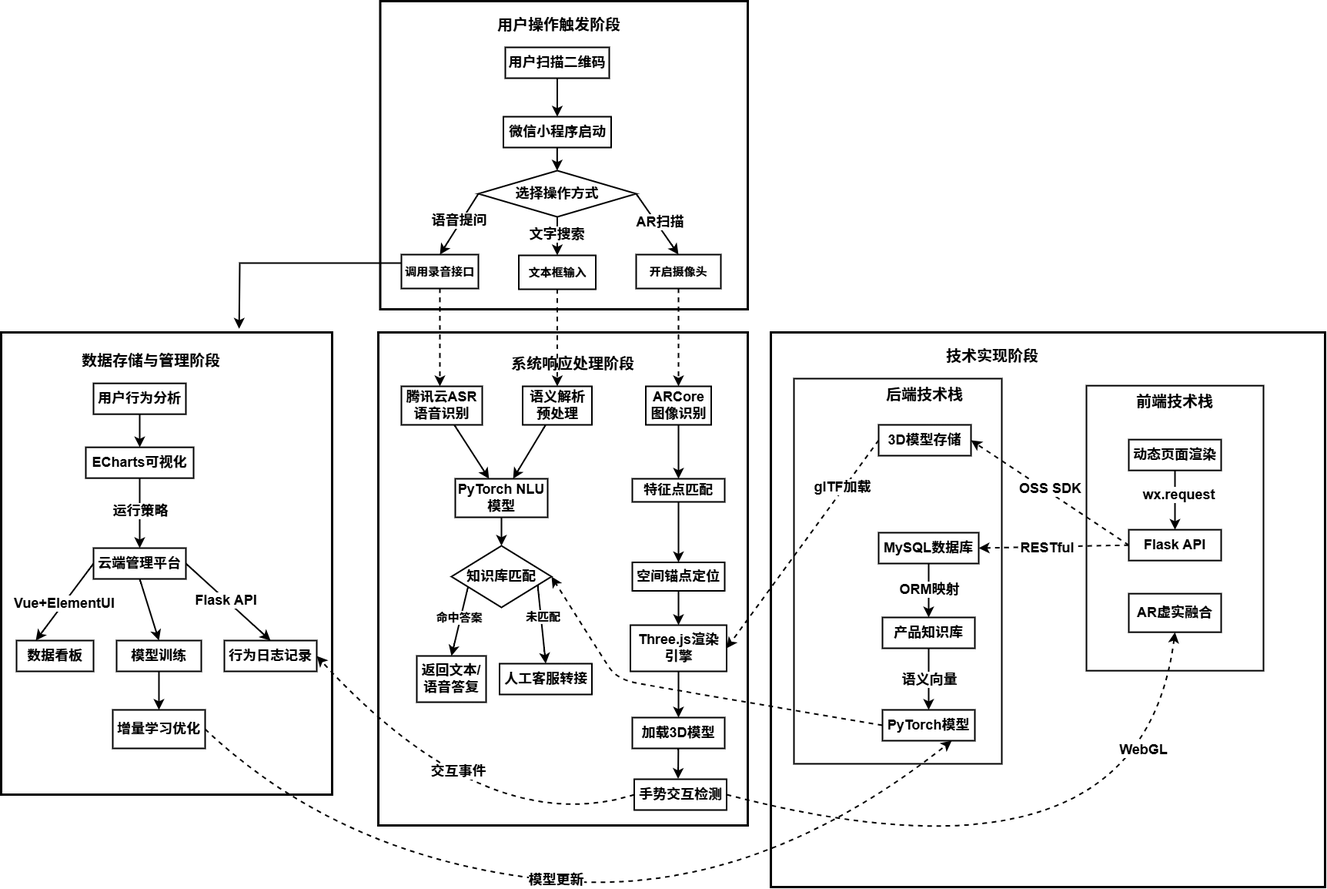
Earlier version of the draw.io export 技术路线图2.drawio.png (lpy817/-AI-). Source tidied: cells renumbered, new cells last; positions are measured from the earlier drawing's top-left corner, leaving out a move shared by most shapes.
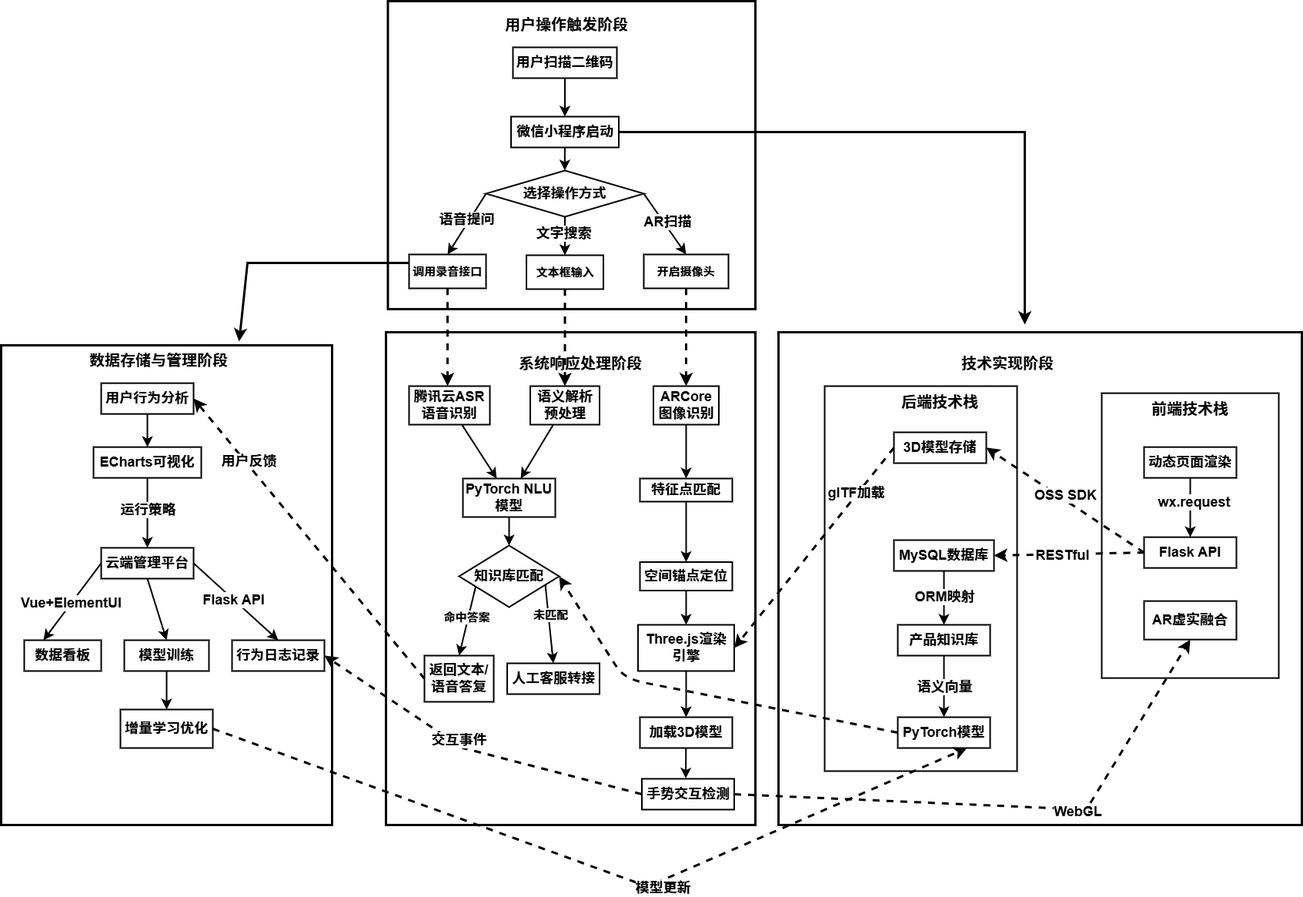
The same diagram one commit later.

Commit message:
更新技术路线图2.drawio.png

Change to the diagram source:
```diff
@@ -28,3 +28,3 @@
     </mxCell>
-    <mxCell id="10" style="edgeStyle=none;curved=1;rounded=0;jettySize=auto;html=1;fontFamily=Helvetica;fontSize=12;fontColor=default;startSize=8;endSize=8;strokeWidth=2;dashed=1;" parent="1" edge="1" source="12">
+    <mxCell id="10" style="edgeStyle=none;curved=1;rounded=0;jettySize=auto;html=1;fontFamily=Helvetica;fontSize=12;fontColor=default;startSize=8;endSize=8;strokeWidth=3;dashed=1;" parent="1" edge="1" source="12">
       <mxGeometry relative="1" as="geometry">
@@ -33,3 +33,3 @@
     </mxCell>
-    <mxCell id="11" style="edgeStyle=none;curved=0;rounded=0;jettySize=auto;html=1;exitX=0;exitY=0.25;exitDx=0;exitDy=0;fontFamily=Helvetica;fontSize=12;fontColor=default;startSize=8;endSize=8;strokeWidth=2;entryX=0.719;entryY=-0.008;entryDx=0;entryDy=0;entryPerimeter=0;" parent="1" edge="1" source="12" target="53">
+    <mxCell id="11" style="edgeStyle=none;curved=0;rounded=0;jettySize=auto;html=1;exitX=0;exitY=0.25;exitDx=0;exitDy=0;fontFamily=Helvetica;fontSize=12;fontColor=default;startSize=8;endSize=8;strokeWidth=3;entryX=0.719;entryY=-0.008;entryDx=0;entryDy=0;entryPerimeter=0;" parent="1" edge="1" source="12" target="53">
       <mxGeometry relative="1" as="geometry">
@@ -43,3 +43,3 @@
     </mxCell>
-    <mxCell id="13" style="edgeStyle=none;curved=1;rounded=0;jettySize=auto;html=1;fontFamily=Helvetica;fontSize=12;fontColor=default;startSize=8;endSize=8;strokeWidth=2;dashed=1;" parent="1" edge="1" source="14" target="27">
+    <mxCell id="13" style="edgeStyle=none;curved=1;rounded=0;jettySize=auto;html=1;fontFamily=Helvetica;fontSize=12;fontColor=default;startSize=8;endSize=8;strokeWidth=3;dashed=1;" parent="1" edge="1" source="14" target="27">
       <mxGeometry relative="1" as="geometry" />
@@ -49,3 +49,3 @@
     </mxCell>
-    <mxCell id="15" style="edgeStyle=none;curved=1;rounded=0;jettySize=auto;html=1;fontFamily=Helvetica;fontSize=12;fontColor=default;startSize=8;endSize=8;strokeWidth=2;dashed=1;" parent="1" edge="1" source="16" target="29">
+    <mxCell id="15" style="edgeStyle=none;curved=1;rounded=0;jettySize=auto;html=1;fontFamily=Helvetica;fontSize=12;fontColor=default;startSize=8;endSize=8;strokeWidth=3;dashed=1;" parent="1" edge="1" source="16" target="29">
       <mxGeometry relative="1" as="geometry" />
@@ -127,2 +127,10 @@
     </mxCell>
+    <mxCell id="102" style="edgeStyle=none;curved=1;rounded=0;jettySize=auto;html=1;exitX=0;exitY=0.5;exitDx=0;exitDy=0;entryX=1;entryY=0.5;entryDx=0;entryDy=0;fontFamily=Helvetica;fontSize=12;fontColor=default;startSize=8;endSize=8;strokeWidth=3;dashed=1;" parent="1" edge="1" source="40" target="56">
+      <mxGeometry relative="1" as="geometry" />
+    </mxCell>
+    <mxCell id="103" value="&lt;b&gt;&lt;font style=&quot;font-size: 18px;&quot;&gt;用户反馈&lt;/font&gt;&lt;/b&gt;" style="edgeLabel;html=1;align=center;verticalAlign=middle;fontSize=12;rounded=0;strokeColor=default;fontFamily=Helvetica;fontColor=default;fillColor=default;" parent="102" vertex="1">
+      <mxGeometry x="0.54" y="-3" relative="1" as="geometry">
+        <mxPoint x="1" as="offset" />
+      </mxGeometry>
+    </mxCell>
     <mxCell id="40" value="&lt;b&gt;&lt;font style=&quot;font-size: 18px;&quot;&gt;返回文本/语音答复&lt;/font&gt;&lt;/b&gt;" style="rounded=0;whiteSpace=wrap;html=1;strokeColor=default;align=center;verticalAlign=middle;fontFamily=Helvetica;fontSize=12;fontColor=default;fillColor=default;strokeWidth=2;" parent="1" vertex="1">
@@ -148,6 +156,6 @@
     </mxCell>
-    <mxCell id="47" style="edgeStyle=none;curved=1;rounded=0;jettySize=auto;html=1;exitX=1;exitY=0.5;exitDx=0;exitDy=0;entryX=0.5;entryY=1;entryDx=0;entryDy=0;fontFamily=Helvetica;fontSize=12;fontColor=default;startSize=8;endSize=8;strokeWidth=2;dashed=1;" parent="1" edge="1" source="51" target="83">
+    <mxCell id="47" style="edgeStyle=none;curved=0;rounded=0;jettySize=auto;html=1;exitX=1;exitY=0.5;exitDx=0;exitDy=0;entryX=0.5;entryY=1;entryDx=0;entryDy=0;fontFamily=Helvetica;fontSize=12;fontColor=default;startSize=8;endSize=8;strokeWidth=3;dashed=1;" parent="1" edge="1" source="51" target="83">
       <mxGeometry relative="1" as="geometry">
         <Array as="points">
-          <mxPoint x="1480" y="1170" />
+          <mxPoint x="1400" y="1050" />
         </Array>
@@ -156,8 +164,10 @@
     <mxCell id="48" value="&lt;b&gt;&lt;font style=&quot;font-size: 18px;&quot;&gt;WebGL&lt;/font&gt;&lt;/b&gt;" style="edgeLabel;html=1;align=center;verticalAlign=middle;fontSize=12;rounded=0;strokeColor=default;fontFamily=Helvetica;fontColor=default;fillColor=default;" parent="47" vertex="1">
-      <mxGeometry x="0.66" y="22" relative="1" as="geometry" />
+      <mxGeometry x="0.66" y="22" relative="1" as="geometry">
+        <mxPoint x="-64" y="130" as="offset" />
+      </mxGeometry>
     </mxCell>
-    <mxCell id="49" style="edgeStyle=none;curved=1;rounded=0;jettySize=auto;html=1;exitX=0;exitY=0.5;exitDx=0;exitDy=0;entryX=1;entryY=0.5;entryDx=0;entryDy=0;fontFamily=Helvetica;fontSize=12;fontColor=default;startSize=8;endSize=8;dashed=1;strokeWidth=2;" parent="1" edge="1" source="51" target="98">
+    <mxCell id="49" style="edgeStyle=none;curved=0;rounded=0;jettySize=auto;html=1;exitX=0;exitY=0.5;exitDx=0;exitDy=0;entryX=1;entryY=0.5;entryDx=0;entryDy=0;fontFamily=Helvetica;fontSize=12;fontColor=default;startSize=8;endSize=8;dashed=1;strokeWidth=3;" parent="1" edge="1" source="51" target="98">
       <mxGeometry relative="1" as="geometry">
         <Array as="points">
-          <mxPoint x="630" y="1090" />
+          <mxPoint x="590" y="970" />
         </Array>
@@ -167,3 +177,3 @@
       <mxGeometry x="0.17" y="-20" relative="1" as="geometry">
-        <mxPoint x="19" as="offset" />
+        <mxPoint x="6" y="21" as="offset" />
       </mxGeometry>
@@ -177,3 +187,3 @@
     <mxCell id="53" style="rounded=0;whiteSpace=wrap;html=1;strokeColor=default;align=center;verticalAlign=middle;fontFamily=Helvetica;fontSize=12;fontColor=default;fillColor=none;strokeWidth=3;" parent="1" vertex="1">
-      <mxGeometry y="430" width="430" height="600" as="geometry" />
+      <mxGeometry x="-10" y="447" width="430" height="623" as="geometry" />
     </mxCell>
@@ -189,12 +199,12 @@
     <mxCell id="57" style="rounded=0;whiteSpace=wrap;html=1;strokeColor=default;align=center;verticalAlign=middle;fontFamily=Helvetica;fontSize=12;fontColor=default;fillColor=none;strokeWidth=3;" parent="1" vertex="1">
-      <mxGeometry x="1000" y="430" width="720" height="720" as="geometry" />
+      <mxGeometry x="1000" y="430" width="680" height="640" as="geometry" />
     </mxCell>
     <mxCell id="58" value="&lt;font style=&quot;font-size: 20px;&quot;&gt;&lt;b&gt;技术实现阶段&lt;/b&gt;&lt;/font&gt;" style="rounded=0;whiteSpace=wrap;html=1;strokeColor=none;align=center;verticalAlign=middle;fontFamily=Helvetica;fontSize=12;fontColor=default;fillColor=none;" parent="1" vertex="1">
-      <mxGeometry x="1193.3" y="430" width="190" height="60" as="geometry" />
+      <mxGeometry x="1203.3" y="440" width="190" height="60" as="geometry" />
     </mxCell>
     <mxCell id="59" style="rounded=0;whiteSpace=wrap;html=1;strokeColor=default;align=center;verticalAlign=middle;fontFamily=Helvetica;fontSize=12;fontColor=default;fillColor=none;strokeWidth=2;" parent="1" vertex="1">
-      <mxGeometry x="1410" y="499.1" width="230" height="370" as="geometry" />
+      <mxGeometry x="1420" y="509.1" width="230" height="370" as="geometry" />
     </mxCell>
     <mxCell id="60" value="&lt;b&gt;&lt;font style=&quot;font-size: 20px;&quot;&gt;前端技术栈&lt;/font&gt;&lt;/b&gt;" style="rounded=0;whiteSpace=wrap;html=1;strokeColor=none;align=center;verticalAlign=middle;fontFamily=Helvetica;fontSize=12;fontColor=default;fillColor=none;strokeWidth=2;" parent="1" vertex="1">
-      <mxGeometry x="1465" y="489.1" width="120" height="60" as="geometry" />
+      <mxGeometry x="1475" y="499.1" width="120" height="60" as="geometry" />
     </mxCell>
@@ -207,5 +217,5 @@
     <mxCell id="63" value="&lt;b&gt;&lt;font style=&quot;font-size: 18px;&quot;&gt;动态页面渲染&lt;/font&gt;&lt;/b&gt;" style="rounded=0;whiteSpace=wrap;html=1;strokeColor=default;align=center;verticalAlign=middle;fontFamily=Helvetica;fontSize=12;fontColor=default;fillColor=default;strokeWidth=2;" parent="1" vertex="1">
-      <mxGeometry x="1465" y="569.1" width="120" height="40" as="geometry" />
+      <mxGeometry x="1475" y="579.1" width="120" height="40" as="geometry" />
     </mxCell>
-    <mxCell id="64" style="edgeStyle=none;curved=1;rounded=0;jettySize=auto;html=1;exitX=0;exitY=0.5;exitDx=0;exitDy=0;entryX=1;entryY=0.5;entryDx=0;entryDy=0;fontFamily=Helvetica;fontSize=12;fontColor=default;startSize=8;endSize=8;strokeWidth=2;dashed=1;" parent="1" edge="1" source="66" target="77">
+    <mxCell id="64" style="edgeStyle=none;curved=1;rounded=0;jettySize=auto;html=1;exitX=0;exitY=0.5;exitDx=0;exitDy=0;entryX=1;entryY=0.5;entryDx=0;entryDy=0;fontFamily=Helvetica;fontSize=12;fontColor=default;startSize=8;endSize=8;strokeWidth=3;dashed=1;" parent="1" edge="1" source="66" target="77">
       <mxGeometry relative="1" as="geometry" />
@@ -216,14 +226,14 @@
     <mxCell id="66" value="&lt;b&gt;&lt;font style=&quot;font-size: 18px;&quot;&gt;Flask API&lt;/font&gt;&lt;/b&gt;" style="rounded=0;whiteSpace=wrap;html=1;strokeColor=default;align=center;verticalAlign=middle;fontFamily=Helvetica;fontSize=12;fontColor=default;fillColor=default;strokeWidth=2;" parent="1" vertex="1">
-      <mxGeometry x="1465" y="686.1" width="120" height="40" as="geometry" />
+      <mxGeometry x="1475" y="696.1" width="120" height="40" as="geometry" />
     </mxCell>
     <mxCell id="67" style="rounded=0;whiteSpace=wrap;html=1;strokeColor=default;align=center;verticalAlign=middle;fontFamily=Helvetica;fontSize=12;fontColor=default;fillColor=none;strokeWidth=2;" parent="1" vertex="1">
-      <mxGeometry x="1030" y="490" width="270" height="500" as="geometry" />
+      <mxGeometry x="1060" y="500" width="250" height="500" as="geometry" />
     </mxCell>
     <mxCell id="68" value="&lt;b&gt;&lt;font style=&quot;font-size: 20px;&quot;&gt;后端技术栈&lt;/font&gt;&lt;/b&gt;" style="rounded=0;whiteSpace=wrap;html=1;strokeColor=none;align=center;verticalAlign=middle;fontFamily=Helvetica;fontSize=12;fontColor=default;fillColor=none;" parent="1" vertex="1">
-      <mxGeometry x="1140" y="480" width="120" height="60" as="geometry" />
+      <mxGeometry x="1150" y="490" width="120" height="60" as="geometry" />
     </mxCell>
     <mxCell id="69" value="&lt;b&gt;&lt;font style=&quot;font-size: 18px;&quot;&gt;3D模型存储&lt;/font&gt;&lt;/b&gt;" style="rounded=0;whiteSpace=wrap;html=1;strokeColor=default;align=center;verticalAlign=middle;fontFamily=Helvetica;fontSize=12;fontColor=default;fillColor=default;strokeWidth=2;" parent="1" vertex="1">
-      <mxGeometry x="1140" y="550" width="120" height="40" as="geometry" />
+      <mxGeometry x="1150" y="560" width="120" height="40" as="geometry" />
     </mxCell>
-    <mxCell id="70" style="endArrow=classic;html=1;rounded=0;fontFamily=Helvetica;fontSize=12;fontColor=default;startSize=8;endSize=8;curved=1;entryX=1;entryY=0.5;entryDx=0;entryDy=0;strokeWidth=2;dashed=1;exitX=0;exitY=0.5;exitDx=0;exitDy=0;" parent="1" edge="1" source="69" target="45">
+    <mxCell id="70" style="endArrow=classic;html=1;rounded=0;fontFamily=Helvetica;fontSize=12;fontColor=default;startSize=8;endSize=8;curved=1;entryX=1;entryY=0.5;entryDx=0;entryDy=0;strokeWidth=3;dashed=1;exitX=0;exitY=0.5;exitDx=0;exitDy=0;" parent="1" edge="1" source="69" target="45">
       <mxGeometry relative="1" as="geometry" />
@@ -240,3 +250,3 @@
     </mxCell>
-    <mxCell id="73" style="endArrow=classic;html=1;rounded=0;fontFamily=Helvetica;fontSize=12;fontColor=default;startSize=8;endSize=8;curved=1;exitX=0;exitY=0.5;exitDx=0;exitDy=0;entryX=1;entryY=0.5;entryDx=0;entryDy=0;strokeWidth=2;dashed=1;" parent="1" edge="1" source="66" target="69">
+    <mxCell id="73" style="endArrow=classic;html=1;rounded=0;fontFamily=Helvetica;fontSize=12;fontColor=default;startSize=8;endSize=8;curved=1;exitX=0;exitY=0.5;exitDx=0;exitDy=0;entryX=1;entryY=0.5;entryDx=0;entryDy=0;strokeWidth=3;dashed=1;" parent="1" edge="1" source="66" target="69">
       <mxGeometry relative="1" as="geometry" />
@@ -253,3 +263,3 @@
     <mxCell id="77" value="&lt;b&gt;&lt;font style=&quot;font-size: 18px;&quot;&gt;MySQL数据库&lt;/font&gt;&lt;/b&gt;" style="rounded=0;whiteSpace=wrap;html=1;strokeColor=default;align=center;verticalAlign=middle;fontFamily=Helvetica;fontSize=12;fontColor=default;fillColor=default;strokeWidth=2;" parent="1" vertex="1">
-      <mxGeometry x="1140" y="690" width="130" height="40" as="geometry" />
+      <mxGeometry x="1150" y="700" width="130" height="40" as="geometry" />
     </mxCell>
@@ -264,5 +274,5 @@
     <mxCell id="80" value="&lt;b&gt;&lt;font style=&quot;font-size: 18px;&quot;&gt;产品知识库&lt;/font&gt;&lt;/b&gt;" style="rounded=0;whiteSpace=wrap;html=1;strokeColor=default;align=center;verticalAlign=middle;fontFamily=Helvetica;fontSize=12;fontColor=default;fillColor=default;strokeWidth=2;" parent="1" vertex="1">
-      <mxGeometry x="1145" y="800" width="120" height="40" as="geometry" />
+      <mxGeometry x="1155" y="810" width="120" height="40" as="geometry" />
     </mxCell>
-    <mxCell id="81" style="edgeStyle=none;curved=1;rounded=0;jettySize=auto;html=1;exitX=0;exitY=0.5;exitDx=0;exitDy=0;entryX=1;entryY=0.5;entryDx=0;entryDy=0;fontFamily=Helvetica;fontSize=12;fontColor=default;startSize=8;endSize=8;dashed=1;strokeWidth=2;" parent="1" edge="1" source="82" target="38">
+    <mxCell id="81" style="edgeStyle=none;curved=1;rounded=0;jettySize=auto;html=1;exitX=0;exitY=0.5;exitDx=0;exitDy=0;entryX=1;entryY=0.5;entryDx=0;entryDy=0;fontFamily=Helvetica;fontSize=12;fontColor=default;startSize=8;endSize=8;dashed=1;strokeWidth=3;" parent="1" edge="1" source="82" target="38">
       <mxGeometry relative="1" as="geometry">
@@ -276,6 +286,6 @@
     <mxCell id="82" value="&lt;b&gt;&lt;font style=&quot;font-size: 18px;&quot;&gt;PyTorch模型&lt;/font&gt;&lt;/b&gt;" style="rounded=0;whiteSpace=wrap;html=1;strokeColor=default;align=center;verticalAlign=middle;fontFamily=Helvetica;fontSize=12;fontColor=default;fillColor=default;strokeWidth=2;" parent="1" vertex="1">
-      <mxGeometry x="1145" y="920" width="120" height="40" as="geometry" />
+      <mxGeometry x="1155" y="930" width="120" height="40" as="geometry" />
     </mxCell>
     <mxCell id="83" value="&lt;b&gt;&lt;font style=&quot;font-size: 18px;&quot;&gt;AR虚实融合&lt;/font&gt;&lt;/b&gt;" style="rounded=0;whiteSpace=wrap;html=1;strokeColor=default;align=center;verticalAlign=middle;fontFamily=Helvetica;fontSize=12;fontColor=default;fillColor=default;strokeWidth=2;" parent="1" vertex="1">
-      <mxGeometry x="1465" y="769.1" width="120" height="50" as="geometry" />
+      <mxGeometry x="1475" y="779.1" width="120" height="50" as="geometry" />
     </mxCell>
@@ -330,7 +340,6 @@
     </mxCell>
-    <mxCell id="99" style="edgeStyle=none;curved=1;rounded=0;jettySize=auto;html=1;exitX=1;exitY=0.5;exitDx=0;exitDy=0;entryX=0.75;entryY=1;entryDx=0;entryDy=0;fontFamily=Helvetica;fontSize=12;fontColor=default;startSize=8;endSize=8;strokeWidth=2;dashed=1;" parent="1" edge="1" source="101" target="82">
+    <mxCell id="99" style="edgeStyle=none;curved=0;rounded=0;jettySize=auto;html=1;exitX=1;exitY=0.5;exitDx=0;exitDy=0;entryX=0.75;entryY=1;entryDx=0;entryDy=0;fontFamily=Helvetica;fontSize=12;fontColor=default;startSize=8;endSize=8;strokeWidth=3;dashed=1;" parent="1" edge="1" source="101" target="82">
       <mxGeometry relative="1" as="geometry">
         <Array as="points">
-          <mxPoint x="440" y="1110" />
-          <mxPoint x="970" y="1170" />
+          <mxPoint x="830" y="1150" />
         </Array>
@@ -339,3 +348,5 @@
     <mxCell id="100" value="&lt;b&gt;&lt;font style=&quot;font-size: 18px;&quot;&gt;模型更新&lt;/font&gt;&lt;/b&gt;" style="edgeLabel;html=1;align=center;verticalAlign=middle;fontSize=12;rounded=0;strokeColor=default;fontFamily=Helvetica;fontColor=default;fillColor=default;" parent="99" vertex="1">
-      <mxGeometry x="-0.06" y="2" relative="1" as="geometry" />
+      <mxGeometry x="-0.06" y="2" relative="1" as="geometry">
+        <mxPoint x="119" y="40" as="offset" />
+      </mxGeometry>
     </mxCell>
@@ -344,2 +355,13 @@
     </mxCell>
+    <mxCell id="104" style="edgeStyle=none;curved=0;rounded=0;jettySize=auto;html=1;exitX=1;exitY=0.5;exitDx=0;exitDy=0;fontFamily=Helvetica;fontSize=12;fontColor=default;startSize=8;endSize=8;strokeWidth=3;" parent="1" edge="1" source="6">
+      <mxGeometry relative="1" as="geometry">
+        <mxPoint x="1320" y="420" as="targetPoint" />
+        <Array as="points">
+          <mxPoint x="1320" y="170" />
+        </Array>
+      </mxGeometry>
+    </mxCell>
+    <mxCell id="105" style="edgeStyle=none;curved=1;rounded=0;orthogonalLoop=1;jettySize=auto;html=1;exitX=0.5;exitY=1;exitDx=0;exitDy=0;fontFamily=Helvetica;fontSize=12;fontColor=default;startSize=8;endSize=8;" parent="1" edge="1" source="57" target="57">
+      <mxGeometry relative="1" as="geometry" />
+    </mxCell>
   </root>
```
